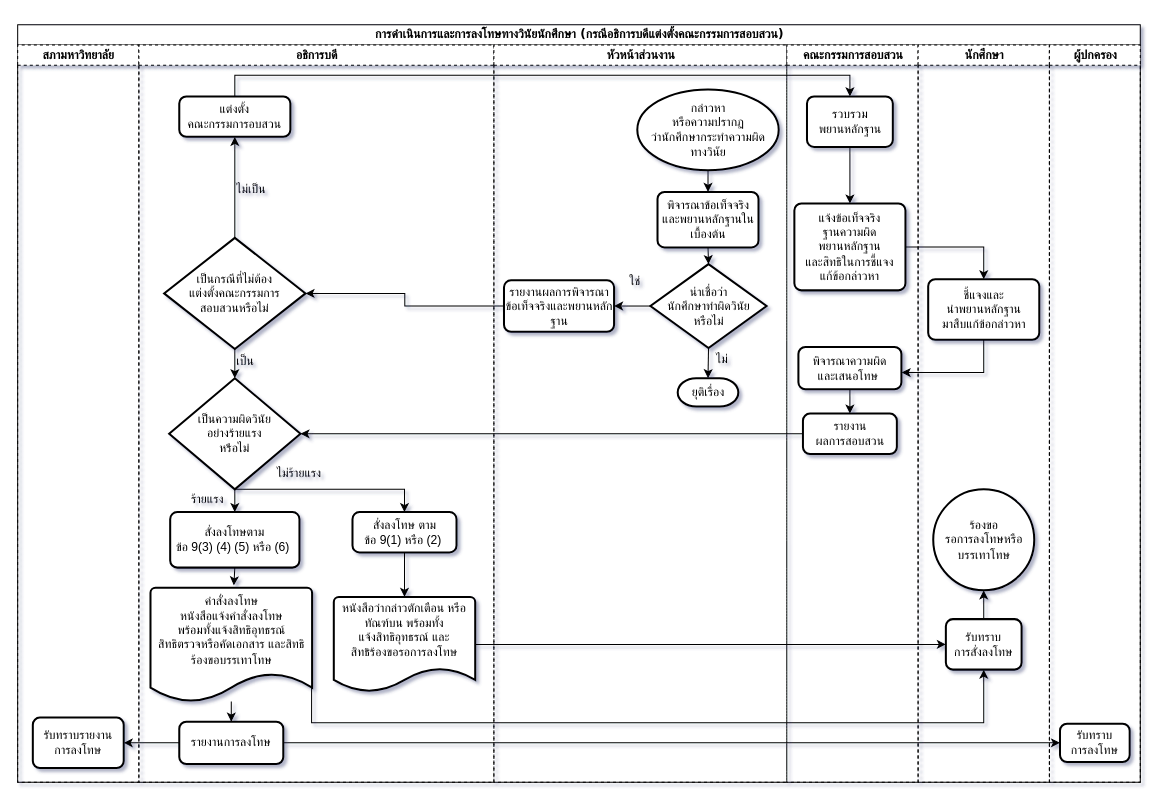
The draw.io diagram flow_vinai_president.drawio in ninjacharlee/test, before the edit. Source tidied: cells renumbered, new cells numbered last; positions are measured from the earlier drawing's top-left corner, leaving out a move shared by most shapes. Both pictures are drawn from the tidied source at 101%, with x=0, y=0 at pixel (17, 24).
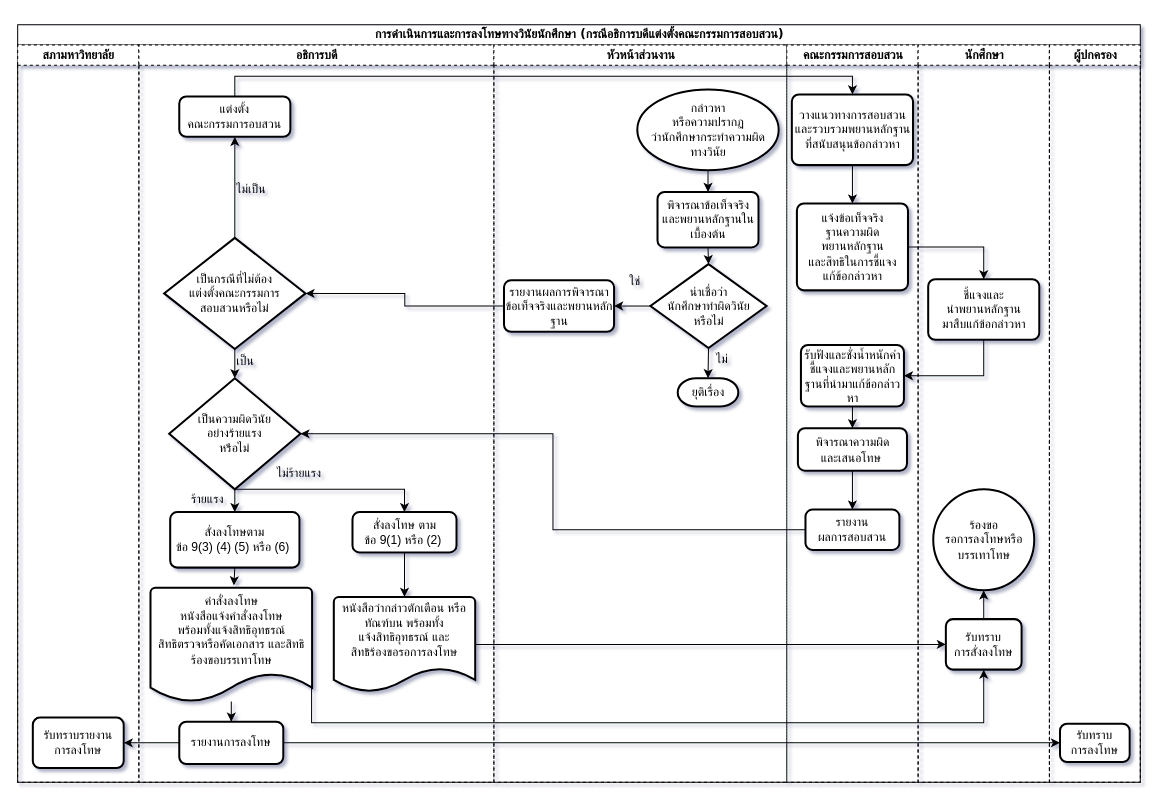
The same diagram, later.

Unchanged cells that the change refers to:
```xml
<mxCell id="2" value="&lt;h2&gt;การดำเนินการและการลงโทษทางวินัยนักศึกษา (กรณีอธิการบดีแต่งตั้งคณะกรรมการสอบสวน)&lt;/h2&gt;" style="swimlane;html=1;startSize=20;rounded=0;shadow=0;labelBackgroundColor=none;strokeColor=#000000;strokeWidth=1;fillColor=#ffffff;fontFamily=Verdana;fontSize=8;fontColor=#000000;align=center;" parent="1" vertex="1">
  <mxGeometry width="1111.5" height="750" as="geometry" />
</mxCell>
<mxCell id="11" value="แต่งตั้ง&lt;br&gt;คณะกรรมการอบสวน" style="rounded=1;whiteSpace=wrap;html=1;absoluteArcSize=1;arcSize=14;strokeWidth=2;shadow=0;glass=0;comic=0;gradientColor=none;" parent="5" vertex="1">
  <mxGeometry x="40" y="51" width="110" height="40" as="geometry" />
</mxCell>
<mxCell id="36" value="คณะกรรมการสอบสวน" style="swimlane;html=1;startSize=20;dashed=1;" parent="2" vertex="1">
  <mxGeometry x="761.5" y="20" width="130" height="730" as="geometry" />
</mxCell>
<mxCell id="44" value="ชี้แจงและ&lt;br&gt;นำพยานหลักฐาน&lt;br&gt;มาสืบแก้ข้อกล่าวหา" style="rounded=1;whiteSpace=wrap;html=1;absoluteArcSize=1;arcSize=14;strokeWidth=2;" parent="43" vertex="1">
  <mxGeometry x="10" y="232" width="110" height="60" as="geometry" />
</mxCell>
```

Change to the diagram source:
```diff
@@
-    <mxCell id="37" style="edgeStyle=orthogonalEdgeStyle;rounded=0;jettySize=auto;html=1;exitX=0.5;exitY=1;exitDx=0;exitDy=0;" parent="36" edge="1" source="38" target="39">
-      <mxGeometry relative="1" as="geometry" />
-    </mxCell>
-    <mxCell id="38" value="รวบรวม&lt;br&gt;พยานหลักฐาน" style="rounded=1;whiteSpace=wrap;html=1;absoluteArcSize=1;arcSize=14;strokeWidth=2;" parent="36" vertex="1">
-      <mxGeometry x="20" y="51" width="85" height="50" as="geometry" />
-    </mxCell>
     <mxCell id="39" value="แจ้งข้อเท็จจริง &lt;br&gt;ฐานความผิด &lt;br&gt;พยานหลักฐาน &lt;br&gt;และสิทธิในการชี้แจง&lt;br&gt;แก้ข้อกล่าวหา" style="rounded=1;whiteSpace=wrap;html=1;absoluteArcSize=1;arcSize=14;strokeWidth=2;" parent="36" vertex="1">
-      <mxGeometry x="7.5" y="157" width="110" height="86" as="geometry" />
+      <mxGeometry x="10" y="157" width="110" height="86" as="geometry" />
     </mxCell>
+    <mxCell id="42" value="รายงาน&lt;br&gt;ผลการสอบสวน" style="rounded=1;whiteSpace=wrap;html=1;absoluteArcSize=1;arcSize=14;strokeWidth=2;" parent="36" vertex="1">
+      <mxGeometry x="18.5" y="460" width="93" height="40" as="geometry" />
+    </mxCell>
+    <mxCell id="60" style="edgeStyle=orthogonalEdgeStyle;rounded=0;jettySize=auto;html=1;exitX=0.5;exitY=1;exitDx=0;exitDy=0;entryX=0.5;entryY=0;entryDx=0;entryDy=0;" parent="36" edge="1" source="61" target="39">
+      <mxGeometry relative="1" as="geometry" />
+    </mxCell>
+    <mxCell id="61" value="วางแนวทางการสอบสวนและรวบรวมพยานหลักฐานที่สนับสนุนข้อกล่าวหา" style="rounded=1;whiteSpace=wrap;html=1;absoluteArcSize=1;arcSize=14;strokeWidth=2;" parent="36" vertex="1">
+      <mxGeometry x="5" y="49" width="120" height="70" as="geometry" />
+    </mxCell>
+    <mxCell id="62" style="edgeStyle=orthogonalEdgeStyle;rounded=0;jettySize=auto;html=1;exitX=0.5;exitY=1;exitDx=0;exitDy=0;" parent="36" edge="1" source="63" target="41">
+      <mxGeometry relative="1" as="geometry" />
+    </mxCell>
+    <mxCell id="63" value="รับฟังและชั่งน้ำหนักคำชี้แจงและพยานหลักฐานที่นำมาแก้ข้อกล่าวหา" style="rounded=1;whiteSpace=wrap;html=1;absoluteArcSize=1;arcSize=14;strokeWidth=2;" parent="36" vertex="1">
+      <mxGeometry x="14" y="297" width="102" height="61" as="geometry" />
+    </mxCell>
-    <mxCell id="40" style="edgeStyle=orthogonalEdgeStyle;rounded=0;jettySize=auto;html=1;entryX=0.5;entryY=0;entryDx=0;entryDy=0;" parent="36" edge="1" source="41" target="42">
+    <mxCell id="40" style="edgeStyle=orthogonalEdgeStyle;rounded=0;jettySize=auto;html=1;exitX=0.5;exitY=1;exitDx=0;exitDy=0;entryX=0.5;entryY=0;entryDx=0;entryDy=0;" parent="36" edge="1" source="41" target="42">
       <mxGeometry relative="1" as="geometry" />
     </mxCell>
-    <mxCell id="41" value="พิจารณาความผิด &lt;br&gt;และเสนอโทษ&amp;nbsp;" style="rounded=1;whiteSpace=wrap;html=1;absoluteArcSize=1;arcSize=14;strokeWidth=2;" parent="36" vertex="1">
-      <mxGeometry x="11.5" y="299" width="102" height="42" as="geometry" />
+    <mxCell id="41" value="พิจารณาความผิด&lt;br&gt;และเสนอโทษ&amp;nbsp;" style="rounded=1;whiteSpace=wrap;html=1;absoluteArcSize=1;arcSize=14;strokeWidth=2;" parent="36" vertex="1">
+      <mxGeometry x="11" y="379.5" width="108" height="42" as="geometry" />
     </mxCell>
-    <mxCell id="42" value="รายงาน&lt;br&gt;ผลการสอบสวน" style="rounded=1;whiteSpace=wrap;html=1;absoluteArcSize=1;arcSize=14;strokeWidth=2;" parent="36" vertex="1">
-      <mxGeometry x="16" y="365" width="93" height="40" as="geometry" />
-    </mxCell>
@@
-    <mxCell id="49" style="edgeStyle=orthogonalEdgeStyle;rounded=0;jettySize=auto;html=1;exitX=0.5;exitY=1;exitDx=0;exitDy=0;entryX=1.002;entryY=0.604;entryDx=0;entryDy=0;entryPerimeter=0;" parent="2" edge="1" source="44" target="41">
-      <mxGeometry relative="1" as="geometry" />
-    </mxCell>
-    <mxCell id="50" style="edgeStyle=orthogonalEdgeStyle;rounded=0;jettySize=auto;html=1;exitX=0.5;exitY=0;exitDx=0;exitDy=0;entryX=0.5;entryY=0;entryDx=0;entryDy=0;" parent="2" edge="1" source="11" target="38">
-      <mxGeometry relative="1" as="geometry">
-        <Array as="points">
-          <mxPoint x="215" y="50" />
-          <mxPoint x="824" y="50" />
-        </Array>
-      </mxGeometry>
-    </mxCell>
@@
+    <mxCell id="64" style="edgeStyle=orthogonalEdgeStyle;rounded=0;jettySize=auto;html=1;exitX=0.5;exitY=0;exitDx=0;exitDy=0;entryX=0.5;entryY=0;entryDx=0;entryDy=0;" parent="2" edge="1" source="11" target="61">
+      <mxGeometry relative="1" as="geometry" />
+    </mxCell>
+    <mxCell id="65" style="edgeStyle=orthogonalEdgeStyle;rounded=0;jettySize=auto;html=1;exitX=0.5;exitY=1;exitDx=0;exitDy=0;entryX=1;entryY=0.5;entryDx=0;entryDy=0;" parent="2" edge="1" source="44" target="63">
+      <mxGeometry relative="1" as="geometry" />
+    </mxCell>
```
